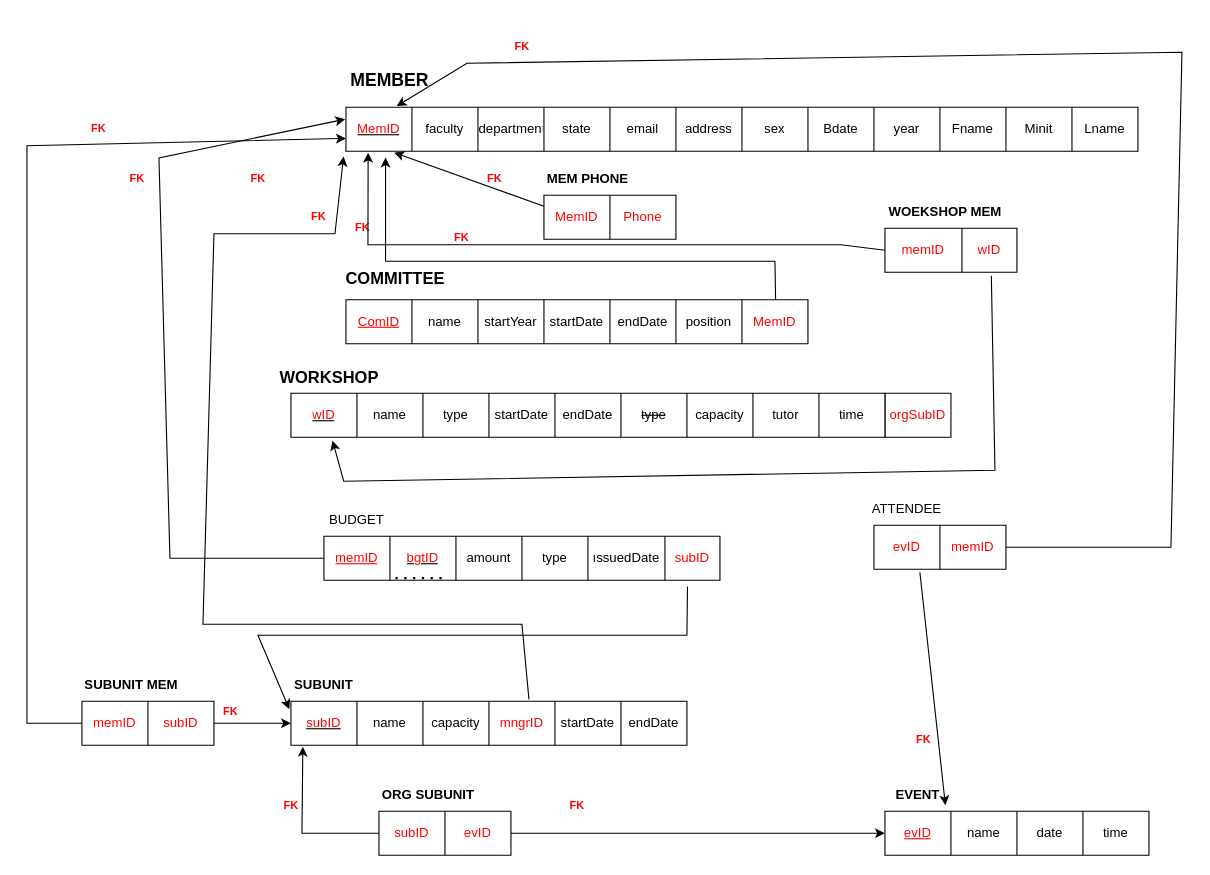
This is Diagrams/Untitled Diagram.drawio from RadwanH/University-Club-Membership, a draw.io file, before an edit. Source tidied: cells renumbered, new cells numbered last; positions are measured from the earlier drawing's top-left corner, leaving out a move shared by most shapes. Both pictures are drawn from the tidied source at 110%, with x=0, y=0 at pixel (26, 19).
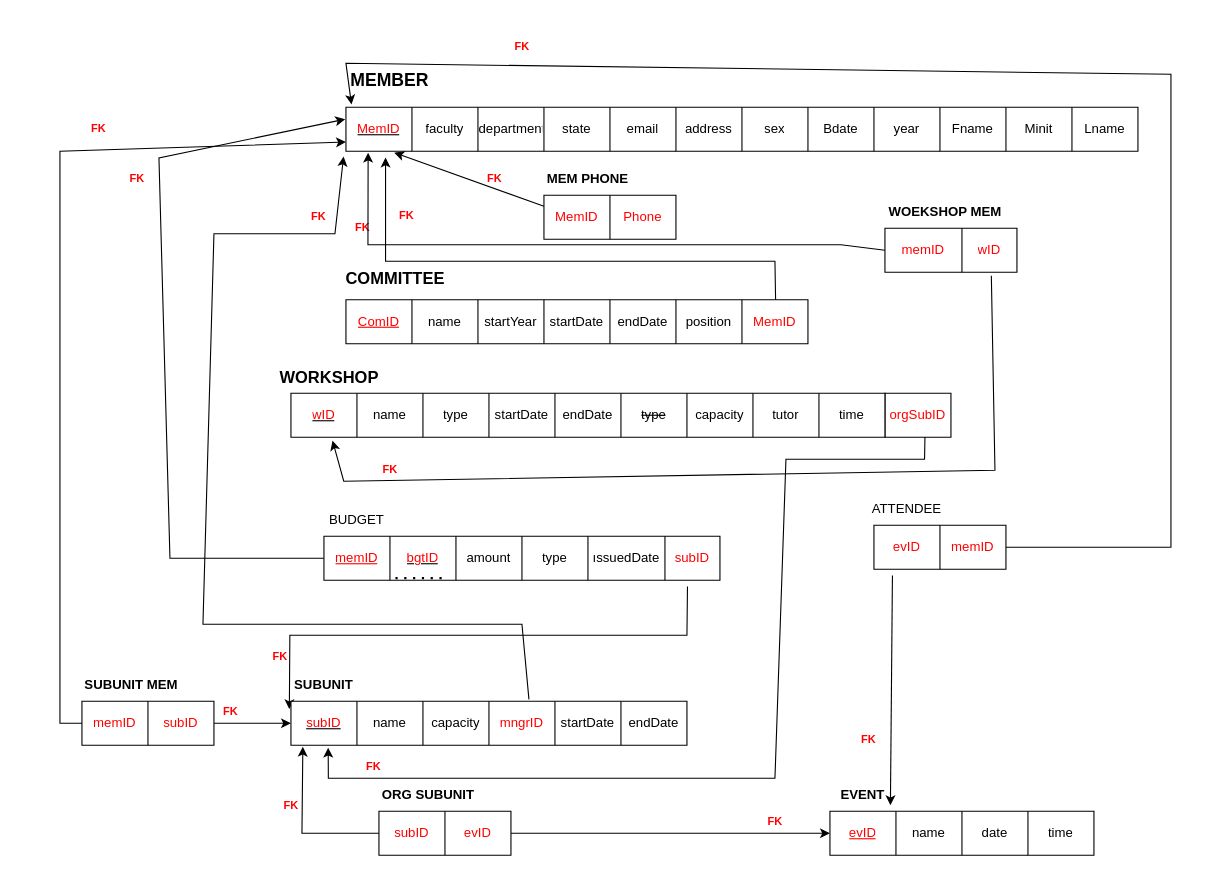
Above is the later version.

Commit message (it also covers changes not shown here):
Update Schema Diagram

Unchanged cells that the change refers to:
```xml
<mxCell id="3" style="shape=tableRow;horizontal=0;startSize=0;swimlaneHead=0;swimlaneBody=0;top=0;left=0;bottom=0;right=0;fillColor=none;points=[[0,0.5],[1,0.5]];portConstraint=eastwest;fontColor=#000000;" parent="2" vertex="1">
  <mxGeometry width="120" height="40" as="geometry" />
</mxCell>
<mxCell id="37" style="shape=tableRow;horizontal=0;startSize=0;swimlaneHead=0;swimlaneBody=0;top=0;left=0;bottom=0;right=0;fillColor=none;points=[[0,0.5],[1,0.5]];portConstraint=eastwest;" parent="36" vertex="1">
  <mxGeometry width="720" height="40" as="geometry" />
</mxCell>
<mxCell id="62" style="shape=tableRow;horizontal=0;startSize=0;swimlaneHead=0;swimlaneBody=0;top=0;left=0;bottom=0;right=0;fillColor=none;points=[[0,0.5],[1,0.5]];portConstraint=eastwest;fontColor=#000000;" parent="61" vertex="1">
  <mxGeometry width="60" height="40" as="geometry" />
</mxCell>
<mxCell id="77" style="shape=tableRow;horizontal=0;startSize=0;swimlaneHead=0;swimlaneBody=0;top=0;left=0;bottom=0;right=0;fillColor=none;points=[[0,0.5],[1,0.5]];portConstraint=eastwest;fontColor=#000000;" parent="76" vertex="1">
  <mxGeometry width="360" height="40" as="geometry" />
</mxCell>
<mxCell id="88" style="shape=tableRow;horizontal=0;startSize=0;swimlaneHead=0;swimlaneBody=0;top=0;left=0;bottom=0;right=0;fillColor=none;points=[[0,0.5],[1,0.5]];portConstraint=eastwest;fontColor=#000000;" parent="87" vertex="1">
  <mxGeometry width="360" height="40" as="geometry" />
</mxCell>
<mxCell id="104" style="shape=tableRow;horizontal=0;startSize=0;swimlaneHead=0;swimlaneBody=0;top=0;left=0;bottom=0;right=0;fillColor=none;points=[[0,0.5],[1,0.5]];portConstraint=eastwest;fontColor=#000000;" parent="103" vertex="1">
  <mxGeometry width="240" height="40" as="geometry" />
</mxCell>
<mxCell id="120" style="shape=tableRow;horizontal=0;startSize=0;swimlaneHead=0;swimlaneBody=0;top=0;left=0;bottom=0;right=0;fillColor=none;points=[[0,0.5],[1,0.5]];portConstraint=eastwest;fontColor=#000000;" parent="119" vertex="1">
  <mxGeometry width="120" height="40" as="geometry" />
</mxCell>
```

Diff of the diagram source:
```diff
@@
-    <mxCell id="8" value="&lt;font style=&quot;font-size: 10px&quot;&gt;FK&lt;/font&gt;" style="text;strokeColor=none;fillColor=none;html=1;fontSize=24;fontStyle=1;verticalAlign=middle;align=center;fontColor=#FF0000;" parent="1" vertex="1">
-      <mxGeometry x="190" y="130" width="40" height="20" as="geometry" />
-    </mxCell>
@@
     <mxCell id="11" style="endArrow=classic;html=1;rounded=0;fontSize=10;fontColor=#FF0000;exitX=0.918;exitY=1.14;exitDx=0;exitDy=0;exitPerimeter=0;entryX=-0.004;entryY=0.179;entryDx=0;entryDy=0;entryPerimeter=0;" parent="1" edge="1" source="77" target="88">
       <mxGeometry relative="1" as="geometry">
         <Array as="points">
           <mxPoint x="600" y="560" />
-          <mxPoint x="210" y="560" />
+          <mxPoint x="239" y="560" />
         </Array>
       </mxGeometry>
     </mxCell>
@@
     <mxCell id="15" value="&lt;font style=&quot;font-size: 10px&quot;&gt;FK&lt;/font&gt;" style="text;strokeColor=none;fillColor=none;html=1;fontSize=24;fontStyle=1;verticalAlign=middle;align=center;fontColor=#FF0000;" parent="1" vertex="1">
-      <mxGeometry x="485" y="690" width="30" height="40" as="geometry" />
+      <mxGeometry x="670" y="710" width="20" height="30" as="geometry" />
     </mxCell>
@@
     <mxCell id="19" style="endArrow=classic;html=1;rounded=0;fontSize=10;fontColor=#FF0000;exitX=0;exitY=0.5;exitDx=0;exitDy=0;" parent="1" edge="1" source="120" target="37">
       <mxGeometry relative="1" as="geometry">
         <Array as="points">
-          <mxPoint y="640" />
-          <mxPoint y="115" />
+          <mxPoint x="30" y="640" />
+          <mxPoint x="30" y="120" />
         </Array>
       </mxGeometry>
     </mxCell>
@@
-    <mxCell id="21" style="endArrow=classic;html=1;rounded=0;fontSize=10;fontColor=#FF0000;exitX=1;exitY=0.5;exitDx=0;exitDy=0;entryX=0.064;entryY=-0.026;entryDx=0;entryDy=0;entryPerimeter=0;" parent="1" edge="1" source="3" target="37">
+    <mxCell id="21" style="endArrow=classic;html=1;rounded=0;fontSize=10;fontColor=#FF0000;exitX=1;exitY=0.5;exitDx=0;exitDy=0;entryX=0.007;entryY=-0.062;entryDx=0;entryDy=0;entryPerimeter=0;" parent="1" edge="1" source="3" target="37">
       <mxGeometry relative="1" as="geometry">
         <Array as="points">
           <mxPoint x="1040" y="480" />
-          <mxPoint x="1050" y="30" />
-          <mxPoint x="400" y="40" />
+          <mxPoint x="1040" y="50" />
+          <mxPoint x="290" y="40" />
         </Array>
       </mxGeometry>
     </mxCell>
@@
     <mxCell id="51" value="&lt;font style=&quot;font-size: 10px&quot;&gt;FK&lt;/font&gt;" style="text;strokeColor=none;fillColor=none;html=1;fontSize=24;fontStyle=1;verticalAlign=middle;align=center;fontColor=#FF0000;" parent="1" vertex="1">
-      <mxGeometry x="380" y="180" width="30" height="28" as="geometry" />
+      <mxGeometry x="330" y="160" width="30" height="28" as="geometry" />
     </mxCell>
@@
     <mxCell id="102" style="group;" parent="1" vertex="1">
-      <mxGeometry x="780" y="690" width="240" height="70" as="geometry" />
+      <mxGeometry x="730" y="690" width="240" height="70" as="geometry" />
     </mxCell>
@@
     <mxCell id="124" style="group;" parent="1" vertex="1">
-      <mxGeometry x="800" y="630" width="30" height="40" as="geometry" />
+      <mxGeometry x="750" y="630" width="30" height="40" as="geometry" />
     </mxCell>
-    <mxCell id="125" style="endArrow=classic;html=1;rounded=0;fontSize=10;fontColor=#FF0000;exitX=0.348;exitY=1.069;exitDx=0;exitDy=0;exitPerimeter=0;entryX=0.229;entryY=-0.137;entryDx=0;entryDy=0;entryPerimeter=0;" parent="124" edge="1" source="3" target="104">
+    <mxCell id="125" style="endArrow=classic;html=1;rounded=0;fontSize=10;fontColor=#FF0000;exitX=0.14;exitY=1.143;exitDx=0;exitDy=0;exitPerimeter=0;entryX=0.229;entryY=-0.137;entryDx=0;entryDy=0;entryPerimeter=0;" parent="124" edge="1" source="3" target="104">
       <mxGeometry relative="1" as="geometry" />
     </mxCell>
@@
+    <mxCell id="129" value="&lt;font style=&quot;font-size: 10px&quot;&gt;FK&lt;/font&gt;" style="text;strokeColor=none;fillColor=none;html=1;fontSize=24;fontStyle=1;verticalAlign=middle;align=center;fontColor=#FF0000;" parent="1" vertex="1">
+      <mxGeometry x="220" y="560" width="20" height="30" as="geometry" />
+    </mxCell>
+    <mxCell id="130" style="endArrow=classic;html=1;rounded=0;fontSize=12;entryX=0.094;entryY=1.055;entryDx=0;entryDy=0;entryPerimeter=0;exitX=0.606;exitY=0.992;exitDx=0;exitDy=0;exitPerimeter=0;" parent="1" edge="1" source="62" target="88">
+      <mxGeometry relative="1" as="geometry">
+        <Array as="points">
+          <mxPoint x="816" y="400" />
+          <mxPoint x="690" y="400" />
+          <mxPoint x="680" y="690" />
+          <mxPoint x="274" y="690" />
+        </Array>
+      </mxGeometry>
+    </mxCell>
+    <mxCell id="131" value="&lt;font style=&quot;font-size: 10px&quot;&gt;FK&lt;/font&gt;" style="text;strokeColor=none;fillColor=none;html=1;fontSize=24;fontStyle=1;verticalAlign=middle;align=center;fontColor=#FF0000;" parent="1" vertex="1">
+      <mxGeometry x="305" y="660" width="20" height="30" as="geometry" />
+    </mxCell>
+    <mxCell id="132" value="&lt;font style=&quot;font-size: 10px&quot;&gt;FK&lt;/font&gt;" style="text;strokeColor=none;fillColor=none;html=1;fontSize=24;fontStyle=1;verticalAlign=middle;align=center;fontColor=#FF0000;" parent="1" vertex="1">
+      <mxGeometry x="320" y="390" width="20" height="30" as="geometry" />
+    </mxCell>
```
